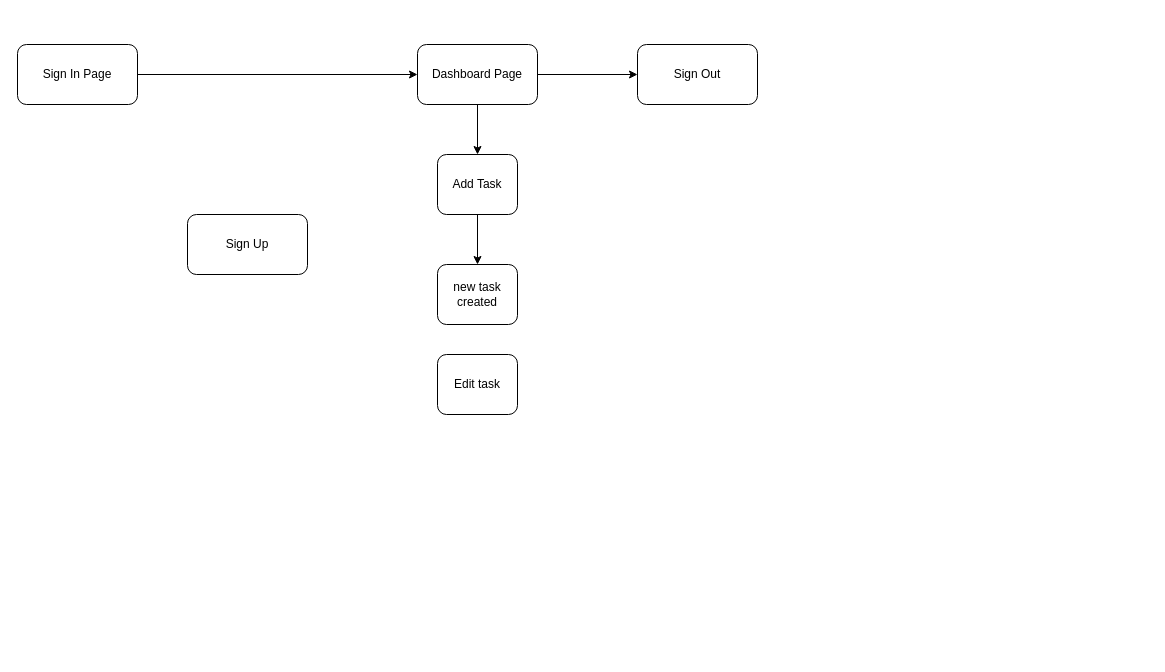
reaperxyndrome/my-todo keeps this draw.io diagram as activity_diagram.drawio. Above is the earlier version. Source tidied: cells renumbered, new cells numbered last; positions are measured from the earlier drawing's top-left corner, leaving out a move shared by most shapes. Both pictures are drawn from the tidied source at 100%, with x=0, y=0 at pixel (17, 44).
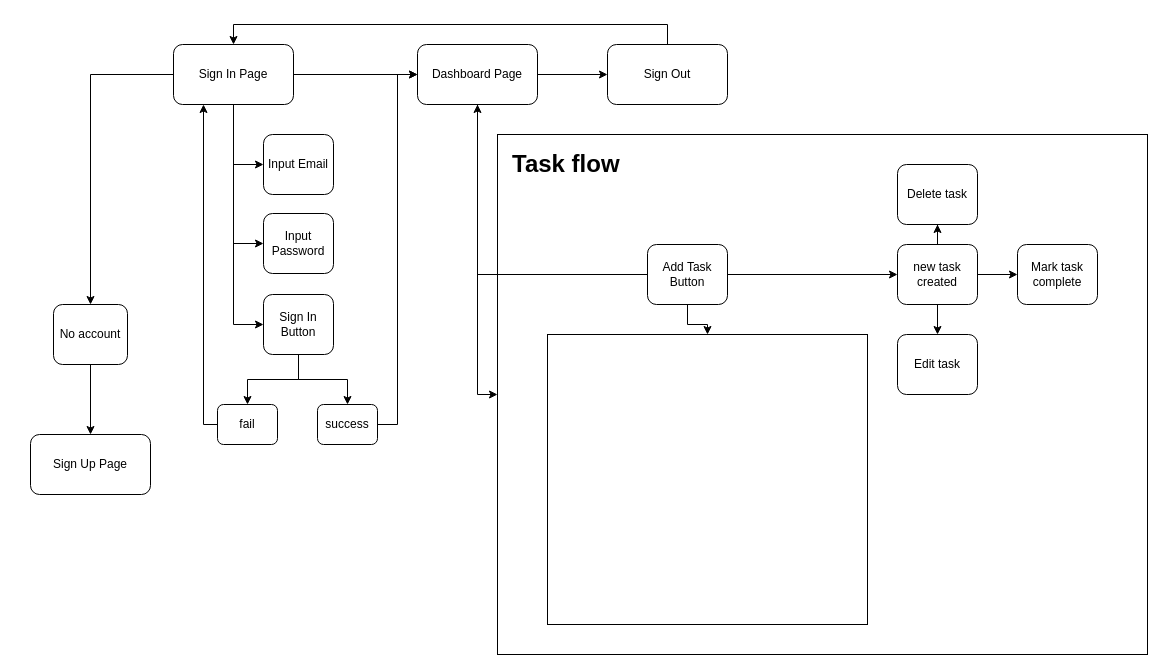
The same page after the edit.

Unchanged cells that the change refers to:
```xml
<mxCell id="9" value="Dashboard Page" style="rounded=1;whiteSpace=wrap;html=1;" parent="1" vertex="1">
  <mxGeometry x="400" width="120" height="60" as="geometry" />
</mxCell>
```

What changed in the source:
```diff
@@
+    <mxCell id="13" style="rounded=0;whiteSpace=wrap;html=1;" parent="1" vertex="1">
+      <mxGeometry x="480" y="90" width="650" height="520" as="geometry" />
+    </mxCell>
@@
+    <mxCell id="14" style="edgeStyle=orthogonalEdgeStyle;rounded=0;jettySize=auto;html=1;entryX=0;entryY=0.5;entryDx=0;entryDy=0;" parent="1" edge="1" source="3" target="25">
+      <mxGeometry relative="1" as="geometry" />
+    </mxCell>
+    <mxCell id="15" style="edgeStyle=orthogonalEdgeStyle;rounded=0;jettySize=auto;html=1;entryX=0;entryY=0.5;entryDx=0;entryDy=0;" parent="1" edge="1" source="3" target="26">
+      <mxGeometry relative="1" as="geometry" />
+    </mxCell>
+    <mxCell id="16" style="edgeStyle=orthogonalEdgeStyle;rounded=0;jettySize=auto;html=1;entryX=0;entryY=0.5;entryDx=0;entryDy=0;" parent="1" edge="1" source="3" target="29">
+      <mxGeometry relative="1" as="geometry" />
+    </mxCell>
+    <mxCell id="17" style="edgeStyle=orthogonalEdgeStyle;rounded=0;jettySize=auto;html=1;entryX=0.5;entryY=0;entryDx=0;entryDy=0;" parent="1" edge="1" source="3" target="31">
+      <mxGeometry relative="1" as="geometry" />
+    </mxCell>
     <mxCell id="3" value="Sign In Page" style="rounded=1;whiteSpace=wrap;html=1;" parent="1" vertex="1">
-      <mxGeometry width="120" height="60" as="geometry" />
+      <mxGeometry x="156" width="120" height="60" as="geometry" />
     </mxCell>
-    <mxCell id="4" value="Sign Up" style="rounded=1;whiteSpace=wrap;html=1;" parent="1" vertex="1">
-      <mxGeometry x="170" y="170" width="120" height="60" as="geometry" />
+    <mxCell id="4" value="Sign Up Page" style="rounded=1;whiteSpace=wrap;html=1;" parent="1" vertex="1">
+      <mxGeometry x="13" y="390" width="120" height="60" as="geometry" />
     </mxCell>
-    <mxCell id="5" style="edgeStyle=orthogonalEdgeStyle;rounded=0;jettySize=auto;html=1;entryX=0.5;entryY=0;entryDx=0;entryDy=0;" parent="1" edge="1" source="6" target="12">
+    <mxCell id="5" style="edgeStyle=orthogonalEdgeStyle;rounded=0;jettySize=auto;html=1;" parent="1" edge="1" source="6" target="12">
       <mxGeometry relative="1" as="geometry" />
     </mxCell>
+    <mxCell id="18" style="edgeStyle=orthogonalEdgeStyle;rounded=0;jettySize=auto;html=1;" parent="1" edge="1" source="6" target="9">
+      <mxGeometry relative="1" as="geometry">
+        <Array as="points">
+          <mxPoint x="460" y="230" />
+        </Array>
+      </mxGeometry>
+    </mxCell>
+    <mxCell id="19" style="edgeStyle=orthogonalEdgeStyle;rounded=0;jettySize=auto;html=1;" parent="1" edge="1" source="6" target="39">
+      <mxGeometry relative="1" as="geometry" />
+    </mxCell>
-    <mxCell id="6" value="Add Task" style="rounded=1;whiteSpace=wrap;html=1;" parent="1" vertex="1">
-      <mxGeometry x="420" y="110" width="80" height="60" as="geometry" />
+    <mxCell id="6" value="Add Task Button" style="rounded=1;whiteSpace=wrap;html=1;" parent="1" vertex="1">
+      <mxGeometry x="630" y="200" width="80" height="60" as="geometry" />
     </mxCell>
@@
-    <mxCell id="8" style="edgeStyle=orthogonalEdgeStyle;rounded=0;jettySize=auto;html=1;entryX=0.5;entryY=0;entryDx=0;entryDy=0;" parent="1" edge="1" source="9" target="6">
-      <mxGeometry relative="1" as="geometry" />
-    </mxCell>
+    <mxCell id="20" style="edgeStyle=orthogonalEdgeStyle;rounded=0;jettySize=auto;html=1;entryX=0;entryY=0.5;entryDx=0;entryDy=0;" parent="1" edge="1" source="9" target="13">
+      <mxGeometry relative="1" as="geometry" />
+    </mxCell>
@@
+    <mxCell id="21" style="edgeStyle=orthogonalEdgeStyle;rounded=0;jettySize=auto;html=1;entryX=0.5;entryY=0;entryDx=0;entryDy=0;" parent="1" edge="1" source="10" target="3">
+      <mxGeometry relative="1" as="geometry">
+        <Array as="points">
+          <mxPoint x="650" y="-20" />
+          <mxPoint x="216" y="-20" />
+        </Array>
+      </mxGeometry>
+    </mxCell>
     <mxCell id="10" value="Sign Out" style="rounded=1;whiteSpace=wrap;html=1;" parent="1" vertex="1">
-      <mxGeometry x="620" width="120" height="60" as="geometry" />
+      <mxGeometry x="590" width="120" height="60" as="geometry" />
     </mxCell>
     <mxCell id="11" value="Edit task" style="rounded=1;whiteSpace=wrap;html=1;" parent="1" vertex="1">
-      <mxGeometry x="420" y="310" width="80" height="60" as="geometry" />
+      <mxGeometry x="880" y="290" width="80" height="60" as="geometry" />
     </mxCell>
+    <mxCell id="22" style="edgeStyle=orthogonalEdgeStyle;rounded=0;jettySize=auto;html=1;" parent="1" edge="1" source="12" target="11">
+      <mxGeometry relative="1" as="geometry" />
+    </mxCell>
+    <mxCell id="23" style="edgeStyle=orthogonalEdgeStyle;rounded=0;jettySize=auto;html=1;" parent="1" edge="1" source="12" target="36">
+      <mxGeometry relative="1" as="geometry" />
+    </mxCell>
+    <mxCell id="24" style="edgeStyle=orthogonalEdgeStyle;rounded=0;jettySize=auto;html=1;" parent="1" edge="1" source="12" target="37">
+      <mxGeometry relative="1" as="geometry" />
+    </mxCell>
     <mxCell id="12" value="new task created" style="rounded=1;whiteSpace=wrap;html=1;" parent="1" vertex="1">
-      <mxGeometry x="420" y="220" width="80" height="60" as="geometry" />
+      <mxGeometry x="880" y="200" width="80" height="60" as="geometry" />
     </mxCell>
+    <mxCell id="25" value="Input Email" style="rounded=1;whiteSpace=wrap;html=1;" parent="1" vertex="1">
+      <mxGeometry x="246" y="90" width="70" height="60" as="geometry" />
+    </mxCell>
+    <mxCell id="26" value="Input Password" style="rounded=1;whiteSpace=wrap;html=1;" parent="1" vertex="1">
+      <mxGeometry x="246" y="169" width="70" height="60" as="geometry" />
+    </mxCell>
+    <mxCell id="27" style="edgeStyle=orthogonalEdgeStyle;rounded=0;jettySize=auto;html=1;" parent="1" edge="1" source="29" target="33">
+      <mxGeometry relative="1" as="geometry" />
+    </mxCell>
+    <mxCell id="28" style="edgeStyle=orthogonalEdgeStyle;rounded=0;jettySize=auto;html=1;entryX=0.5;entryY=0;entryDx=0;entryDy=0;" parent="1" edge="1" source="29" target="35">
+      <mxGeometry relative="1" as="geometry" />
+    </mxCell>
+    <mxCell id="29" value="Sign In Button" style="rounded=1;whiteSpace=wrap;html=1;" parent="1" vertex="1">
+      <mxGeometry x="246" y="250" width="70" height="60" as="geometry" />
+    </mxCell>
+    <mxCell id="30" style="edgeStyle=orthogonalEdgeStyle;rounded=0;jettySize=auto;html=1;entryX=0.5;entryY=0;entryDx=0;entryDy=0;" parent="1" edge="1" source="31" target="4">
+      <mxGeometry relative="1" as="geometry" />
+    </mxCell>
+    <mxCell id="31" value="No account" style="rounded=1;whiteSpace=wrap;html=1;" parent="1" vertex="1">
+      <mxGeometry x="36" y="260" width="74" height="60" as="geometry" />
+    </mxCell>
+    <mxCell id="32" style="edgeStyle=orthogonalEdgeStyle;rounded=0;jettySize=auto;html=1;entryX=0;entryY=0.5;entryDx=0;entryDy=0;" parent="1" edge="1" source="33" target="9">
+      <mxGeometry relative="1" as="geometry" />
+    </mxCell>
+    <mxCell id="33" value="success" style="rounded=1;whiteSpace=wrap;html=1;" parent="1" vertex="1">
+      <mxGeometry x="300" y="360" width="60" height="40" as="geometry" />
+    </mxCell>
+    <mxCell id="34" style="edgeStyle=orthogonalEdgeStyle;rounded=0;jettySize=auto;html=1;entryX=0.25;entryY=1;entryDx=0;entryDy=0;" parent="1" edge="1" source="35" target="3">
+      <mxGeometry relative="1" as="geometry">
+        <Array as="points">
+          <mxPoint x="186" y="380" />
+        </Array>
+      </mxGeometry>
+    </mxCell>
+    <mxCell id="35" value="fail" style="rounded=1;whiteSpace=wrap;html=1;" parent="1" vertex="1">
+      <mxGeometry x="200" y="360" width="60" height="40" as="geometry" />
+    </mxCell>
+    <mxCell id="36" value="Delete task" style="rounded=1;whiteSpace=wrap;html=1;" parent="1" vertex="1">
+      <mxGeometry x="880" y="120" width="80" height="60" as="geometry" />
+    </mxCell>
+    <mxCell id="37" value="Mark task complete" style="rounded=1;whiteSpace=wrap;html=1;" parent="1" vertex="1">
+      <mxGeometry x="1000" y="200" width="80" height="60" as="geometry" />
+    </mxCell>
+    <mxCell id="38" value="&lt;h1&gt;Task flow&lt;/h1&gt;" style="text;html=1;strokeColor=none;fillColor=none;spacing=5;spacingTop=-20;whiteSpace=wrap;overflow=hidden;rounded=0;" parent="1" vertex="1">
+      <mxGeometry x="490" y="100" width="120" height="40" as="geometry" />
+    </mxCell>
+    <mxCell id="39" style="rounded=0;whiteSpace=wrap;html=1;" parent="1" vertex="1">
+      <mxGeometry x="530" y="290" width="320" height="290" as="geometry" />
+    </mxCell>
```
